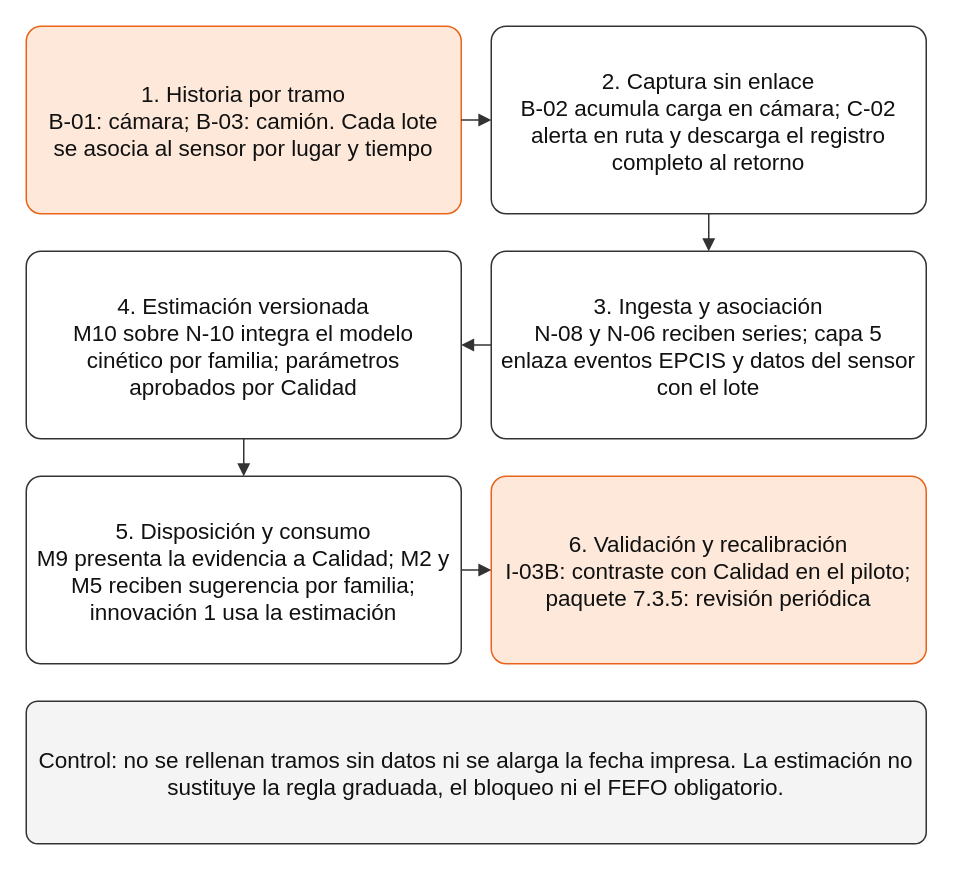
PatricioH315/LafroX keeps this draw.io diagram as SD13_v_nueva/13_innovaciones/diagramas/Fig_13-4_Recorrido_INN03.drawio. Above is the earlier version. Source tidied: cells renumbered, new cells numbered last; positions are measured from the earlier drawing's top-left corner, leaving out a move shared by most shapes. Both pictures are drawn from the tidied source at 150%, with x=0, y=0 at pixel (26, 26).
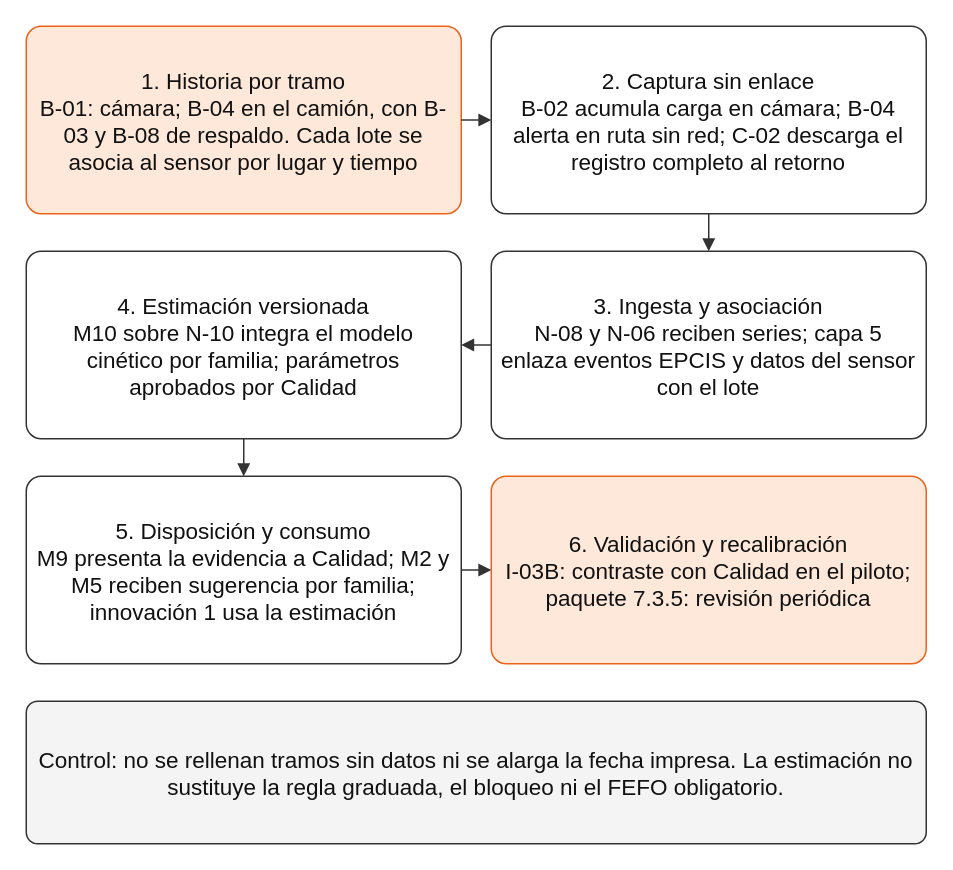
The same page after the edit.

What changed in the source:
```diff
@@
 <mxGraphModel>
   <root>
     <mxCell id="0" />
     <mxCell id="1" parent="0" />
-    <mxCell id="2" value="1. Historia por tramo&lt;br&gt;B-01: cámara; B-03: camión. Cada lote se asocia al sensor por lugar y tiempo" style="rounded=1;whiteSpace=wrap;html=1;fontSize=15;fontFamily=Helvetica;fillColor=#FDE8DA;strokeColor=#E8641B;fontColor=#111111;arcSize=8;spacing=8;" parent="1" vertex="1">
+    <mxCell id="2" value="1. Historia por tramo&lt;br&gt;B-01: cámara; B-04 en el camión, con B-03 y B-08 de respaldo. Cada lote se asocia al sensor por lugar y tiempo" style="rounded=1;whiteSpace=wrap;html=1;fontSize=15;fontFamily=Helvetica;fillColor=#FDE8DA;strokeColor=#E8641B;fontColor=#111111;arcSize=8;spacing=8;" parent="1" vertex="1">
       <mxGeometry width="290" height="125" as="geometry" />
     </mxCell>
-    <mxCell id="3" value="2. Captura sin enlace&lt;br&gt;B-02 acumula carga en cámara; C-02 alerta en ruta y descarga el registro completo al retorno" style="rounded=1;whiteSpace=wrap;html=1;fontSize=15;fontFamily=Helvetica;fillColor=#FFFFFF;strokeColor=#333333;fontColor=#111111;arcSize=8;spacing=8;" parent="1" vertex="1">
+    <mxCell id="3" value="2. Captura sin enlace&lt;br&gt;B-02 acumula carga en cámara; B-04 alerta en ruta sin red; C-02 descarga el registro completo al retorno" style="rounded=1;whiteSpace=wrap;html=1;fontSize=15;fontFamily=Helvetica;fillColor=#FFFFFF;strokeColor=#333333;fontColor=#111111;arcSize=8;spacing=8;" parent="1" vertex="1">
       <mxGeometry x="310" width="290" height="125" as="geometry" />
     </mxCell>
     <mxCell id="4" value="3. Ingesta y asociación&lt;br&gt;N-08 y N-06 reciben series; capa 5 enlaza eventos EPCIS y datos del sensor con el lote" style="rounded=1;whiteSpace=wrap;html=1;fontSize=15;fontFamily=Helvetica;fillColor=#FFFFFF;strokeColor=#333333;fontColor=#111111;arcSize=8;spacing=8;" parent="1" vertex="1">
       <mxGeometry x="310" y="150" width="290" height="125" as="geometry" />
     </mxCell>
     <mxCell id="5" value="4. Estimación versionada&lt;br&gt;M10 sobre N-10 integra el modelo cinético por familia; parámetros aprobados por Calidad" style="rounded=1;whiteSpace=wrap;html=1;fontSize=15;fontFamily=Helvetica;fillColor=#FFFFFF;strokeColor=#333333;fontColor=#111111;arcSize=8;spacing=8;" parent="1" vertex="1">
       <mxGeometry y="150" width="290" height="125" as="geometry" />
     </mxCell>
     <mxCell id="6" value="5. Disposición y consumo&lt;br&gt;M9 presenta la evidencia a Calidad; M2 y M5 reciben sugerencia por familia; innovación 1 usa la estimación" style="rounded=1;whiteSpace=wrap;html=1;fontSize=15;fontFamily=Helvetica;fillColor=#FFFFFF;strokeColor=#333333;fontColor=#111111;arcSize=8;spacing=8;" parent="1" vertex="1">
       <mxGeometry y="300" width="290" height="125" as="geometry" />
     </mxCell>
     <mxCell id="7" value="6. Validación y recalibración&lt;br&gt;I-03B: contraste con Calidad en el piloto; paquete 7.3.5: revisión periódica" style="rounded=1;whiteSpace=wrap;html=1;fontSize=15;fontFamily=Helvetica;fillColor=#FDE8DA;strokeColor=#E8641B;fontColor=#111111;arcSize=8;spacing=8;" parent="1" vertex="1">
       <mxGeometry x="310" y="300" width="290" height="125" as="geometry" />
     </mxCell>
     <mxCell id="8" style="edgeStyle=orthogonalEdgeStyle;rounded=0;html=1;strokeColor=#333333;endArrow=block;endFill=1;fontSize=14;fontFamily=Helvetica;exitX=1;exitY=0.5;exitDx=0;exitDy=0;entryX=0;entryY=0.5;entryDx=0;entryDy=0;" parent="1" edge="1" source="2" target="3">
       <mxGeometry relative="1" as="geometry" />
     </mxCell>
     <mxCell id="9" style="edgeStyle=orthogonalEdgeStyle;rounded=0;html=1;strokeColor=#333333;endArrow=block;endFill=1;fontSize=14;fontFamily=Helvetica;exitX=0.5;exitY=1;exitDx=0;exitDy=0;entryX=0.5;entryY=0;entryDx=0;entryDy=0;" parent="1" edge="1" source="3" target="4">
       <mxGeometry relative="1" as="geometry" />
     </mxCell>
     <mxCell id="10" style="edgeStyle=orthogonalEdgeStyle;rounded=0;html=1;strokeColor=#333333;endArrow=block;endFill=1;fontSize=14;fontFamily=Helvetica;exitX=0;exitY=0.5;exitDx=0;exitDy=0;entryX=1;entryY=0.5;entryDx=0;entryDy=0;" parent="1" edge="1" source="4" target="5">
       <mxGeometry relative="1" as="geometry" />
     </mxCell>
     <mxCell id="11" style="edgeStyle=orthogonalEdgeStyle;rounded=0;html=1;strokeColor=#333333;endArrow=block;endFill=1;fontSize=14;fontFamily=Helvetica;exitX=0.5;exitY=1;exitDx=0;exitDy=0;entryX=0.5;entryY=0;entryDx=0;entryDy=0;" parent="1" edge="1" source="5" target="6">
       <mxGeometry relative="1" as="geometry" />
     </mxCell>
     <mxCell id="12" style="edgeStyle=orthogonalEdgeStyle;rounded=0;html=1;strokeColor=#333333;endArrow=block;endFill=1;fontSize=14;fontFamily=Helvetica;exitX=1;exitY=0.5;exitDx=0;exitDy=0;entryX=0;entryY=0.5;entryDx=0;entryDy=0;" parent="1" edge="1" source="6" target="7">
       <mxGeometry relative="1" as="geometry" />
     </mxCell>
     <mxCell id="13" value="Control: no se rellenan tramos sin datos ni se alarga la fecha impresa. La estimación no sustituye la regla graduada, el bloqueo ni el FEFO obligatorio." style="rounded=1;whiteSpace=wrap;html=1;fontSize=15;fontFamily=Helvetica;fillColor=#FFFFFF;strokeColor=#333333;fontColor=#111111;arcSize=8;spacing=8;fillColor=#F4F4F4;" parent="1" vertex="1">
       <mxGeometry y="450" width="600" height="95" as="geometry" />
     </mxCell>
   </root>
 </mxGraphModel>
```
